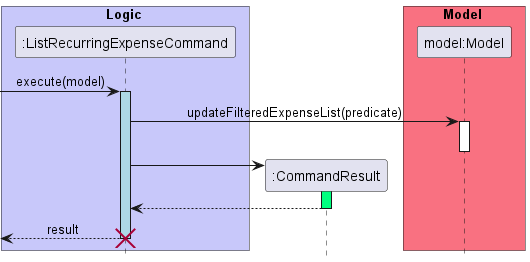
This is docs/images/sequence_diagrams/ListRecurringExpensesSequenceDiagram.png from nus-cs2103-AY2223S2/tp, a PlantUML export, as it was before one commit. The source it was exported from:
```plantuml
@startuml  ListRecurringExpensesSequenceDiagram

hide footbox
skinparam MinClassWidth 50
skinparam ParticipantPadding 10
skinparam Shadowing false
skinparam DefaultTextAlignment center
skinparam packageStyle Rectangle

box Logic #C8C8FA
participant ":ListRecurringExpenseCommand" as ListRecurringExpenseCommand  order 1
end box
box Model #F97181
participant "model:Model" as Model order 3
end box
participant ":CommandResult" as CommandResult order 2
[-> ListRecurringExpenseCommand : execute(model)
activate ListRecurringExpenseCommand #LightBlue
ListRecurringExpenseCommand -> Model : updateFilteredExpenseList(predicate)
activate Model
deactivate Model
create CommandResult
ListRecurringExpenseCommand -> CommandResult

activate CommandResult #SpringGreen
CommandResult --> ListRecurringExpenseCommand
deactivate CommandResult
[<--ListRecurringExpenseCommand : result
deactivate ListRecurringExpenseCommand
destroy ListRecurringExpenseCommand
hide footbox
skinparam MinClassWidth 50
skinparam ParticipantPadding 10
skinparam Shadowing false
skinparam DefaultTextAlignment center
skinparam packageStyle Rectangle


@enduml
```
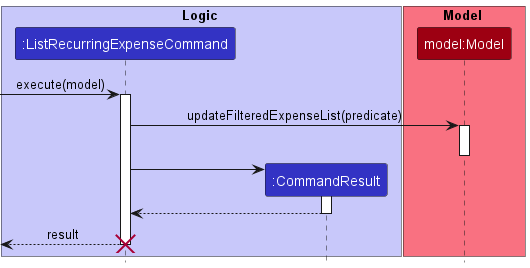
The same diagram one commit later.

Change to the diagram source:
```diff
@@ -1,4 +1,5 @@
 @startuml  ListRecurringExpensesSequenceDiagram
+!include ../../style.puml
 
 hide footbox
 skinparam MinClassWidth 50
@@ -7,22 +8,24 @@
 skinparam DefaultTextAlignment center
 skinparam packageStyle Rectangle
 
-box Logic #C8C8FA
-participant ":ListRecurringExpenseCommand" as ListRecurringExpenseCommand  order 1
+box Logic LOGIC_COLOR_T1
+participant ":ListRecurringExpenseCommand" as ListRecurringExpenseCommand LOGIC_COLOR
+participant ":CommandResult" as CommandResult LOGIC_COLOR
 end box
-box Model #F97181
-participant "model:Model" as Model order 3
+
+box Model MODEL_COLOR_T1
+participant "model:Model" as Model order 3 MODEL_COLOR
 end box
-participant ":CommandResult" as CommandResult order 2
+
 [-> ListRecurringExpenseCommand : execute(model)
-activate ListRecurringExpenseCommand #LightBlue
+activate ListRecurringExpenseCommand
 ListRecurringExpenseCommand -> Model : updateFilteredExpenseList(predicate)
 activate Model
 deactivate Model
 create CommandResult
 ListRecurringExpenseCommand -> CommandResult
 
-activate CommandResult #SpringGreen
+activate CommandResult
 CommandResult --> ListRecurringExpenseCommand
 deactivate CommandResult
 [<--ListRecurringExpenseCommand : result
```
